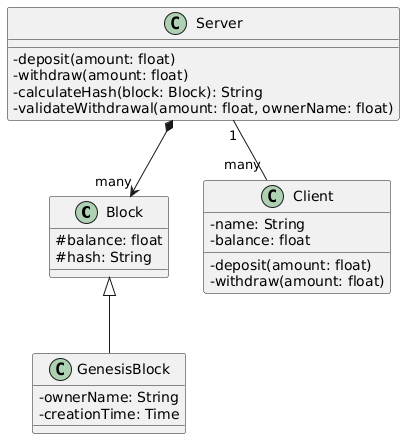
Earlier version of the PlantUML export docs/uml/class_diagram.png (Andre-Grassi/mini_blockchain).
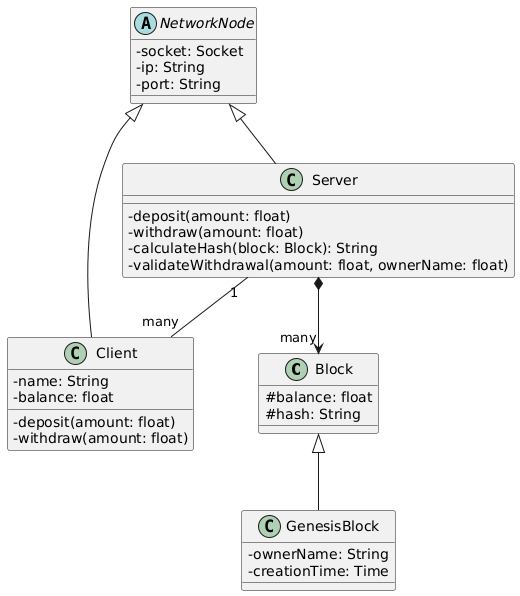
The same file after the commit.

Commit message:
Add NetworkNode class to UML

Diff of the diagram source:
```diff
@@ -14,6 +14,13 @@
 Block <|-- GenesisBlock
 
 
+abstract class NetworkNode
+{
+  -socket: Socket
+  -ip: String
+  -port: String
+}
+
 class Client {
   -name: String
   -balance: float
@@ -28,6 +35,9 @@
   -validateWithdrawal(amount: float, ownerName: float)
 }
 
+NetworkNode <|-- Client
+NetworkNode <|-- Server
+
 Server *--> "many" Block
 
 Server "1"--"many" Client
```
